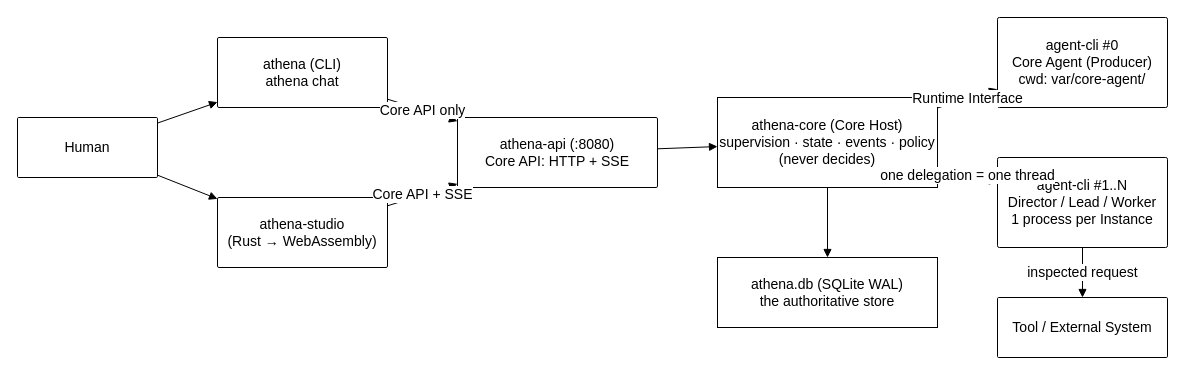
This is docs/diagrams/system-architecture.drawio from aquaxis/athena, a draw.io file, before an edit. Source tidied: cells renumbered, new cells numbered last; positions are measured from the earlier drawing's top-left corner, leaving out a move shared by most shapes. Both pictures are drawn from the tidied source at 100%, with x=0, y=0 at pixel (17, 17).
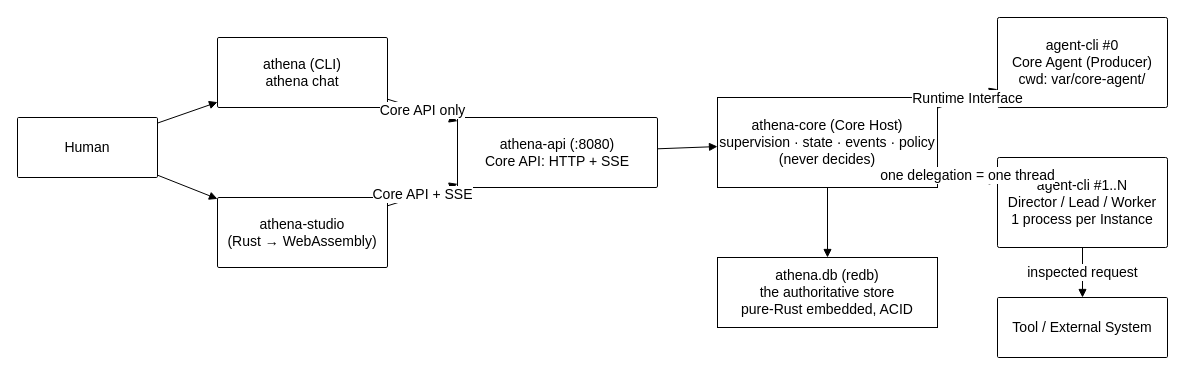
After the change.

The edit, as a diff of the source:
```diff
@@
 <mxGraphModel>
   <root>
     <mxCell id="0" />
     <mxCell id="1" parent="0" />
     <mxCell id="2" value="Human" style="rounded=1;arcSize=2;whiteSpace=wrap;html=1;fontSize=14;" parent="1" vertex="1">
       <mxGeometry y="100" width="140" height="60" as="geometry" />
     </mxCell>
     <mxCell id="3" value="athena (CLI)&#10;athena chat" style="rounded=1;arcSize=2;whiteSpace=wrap;html=1;fontSize=14;" parent="1" vertex="1">
       <mxGeometry x="200" y="20" width="170" height="70" as="geometry" />
     </mxCell>
     <mxCell id="4" value="athena-studio&#10;(Rust → WebAssembly)" style="rounded=1;arcSize=2;whiteSpace=wrap;html=1;fontSize=14;" parent="1" vertex="1">
       <mxGeometry x="200" y="180" width="170" height="70" as="geometry" />
     </mxCell>
     <mxCell id="5" value="athena-api (:8080)&#10;Core API: HTTP + SSE" style="rounded=1;arcSize=2;whiteSpace=wrap;html=1;fontSize=14;" parent="1" vertex="1">
       <mxGeometry x="440" y="100" width="200" height="70" as="geometry" />
     </mxCell>
     <mxCell id="6" value="athena-core (Core Host)&#10;supervision · state · events · policy&#10;(never decides)" style="rounded=0;whiteSpace=wrap;html=1;fontSize=14;" parent="1" vertex="1">
       <mxGeometry x="700" y="80" width="220" height="90" as="geometry" />
     </mxCell>
-    <mxCell id="7" value="athena.db (SQLite WAL)&#10;the authoritative store" style="rounded=0;whiteSpace=wrap;html=1;fontSize=14;" parent="1" vertex="1">
+    <mxCell id="7" value="athena.db (redb)&#10;the authoritative store&#10;pure-Rust embedded, ACID" style="rounded=0;whiteSpace=wrap;html=1;fontSize=14;" parent="1" vertex="1">
       <mxGeometry x="700" y="240" width="220" height="70" as="geometry" />
     </mxCell>
     <mxCell id="8" value="agent-cli #0&#10;Core Agent (Producer)&#10;cwd: var/core-agent/" style="rounded=1;arcSize=2;whiteSpace=wrap;html=1;fontSize=14;" parent="1" vertex="1">
       <mxGeometry x="980" width="170" height="90" as="geometry" />
     </mxCell>
     <mxCell id="9" value="agent-cli #1..N&#10;Director / Lead / Worker&#10;1 process per Instance" style="rounded=1;arcSize=2;whiteSpace=wrap;html=1;fontSize=14;" parent="1" vertex="1">
       <mxGeometry x="980" y="140" width="170" height="90" as="geometry" />
     </mxCell>
     <mxCell id="10" value="Tool / External System" style="rounded=1;arcSize=2;whiteSpace=wrap;html=1;fontSize=14;" parent="1" vertex="1">
       <mxGeometry x="980" y="280" width="170" height="60" as="geometry" />
     </mxCell>
     <mxCell id="11" style="endArrow=block;html=1;fontSize=14;" parent="1" edge="1" source="2" target="3">
       <mxGeometry relative="1" as="geometry" />
     </mxCell>
     <mxCell id="12" style="endArrow=block;html=1;fontSize=14;" parent="1" edge="1" source="2" target="4">
       <mxGeometry relative="1" as="geometry" />
     </mxCell>
     <mxCell id="13" value="Core API only" style="endArrow=block;html=1;fontSize=14;" parent="1" edge="1" source="3" target="5">
       <mxGeometry relative="1" as="geometry" />
     </mxCell>
     <mxCell id="14" value="Core API + SSE" style="endArrow=block;html=1;fontSize=14;" parent="1" edge="1" source="4" target="5">
       <mxGeometry relative="1" as="geometry" />
     </mxCell>
     <mxCell id="15" style="endArrow=block;html=1;fontSize=14;" parent="1" edge="1" source="5" target="6">
       <mxGeometry relative="1" as="geometry" />
     </mxCell>
     <mxCell id="16" style="endArrow=block;html=1;fontSize=14;" parent="1" edge="1" source="6" target="7">
       <mxGeometry relative="1" as="geometry" />
     </mxCell>
     <mxCell id="17" value="Runtime Interface" style="endArrow=block;html=1;fontSize=14;" parent="1" edge="1" source="6" target="8">
       <mxGeometry relative="1" as="geometry" />
     </mxCell>
     <mxCell id="18" value="one delegation = one thread" style="endArrow=block;html=1;fontSize=14;" parent="1" edge="1" source="6" target="9">
       <mxGeometry relative="1" as="geometry" />
     </mxCell>
     <mxCell id="19" value=" inspected request " style="endArrow=block;html=1;fontSize=14;" parent="1" edge="1" source="9" target="10">
       <mxGeometry relative="1" as="geometry" />
     </mxCell>
   </root>
 </mxGraphModel>
```
